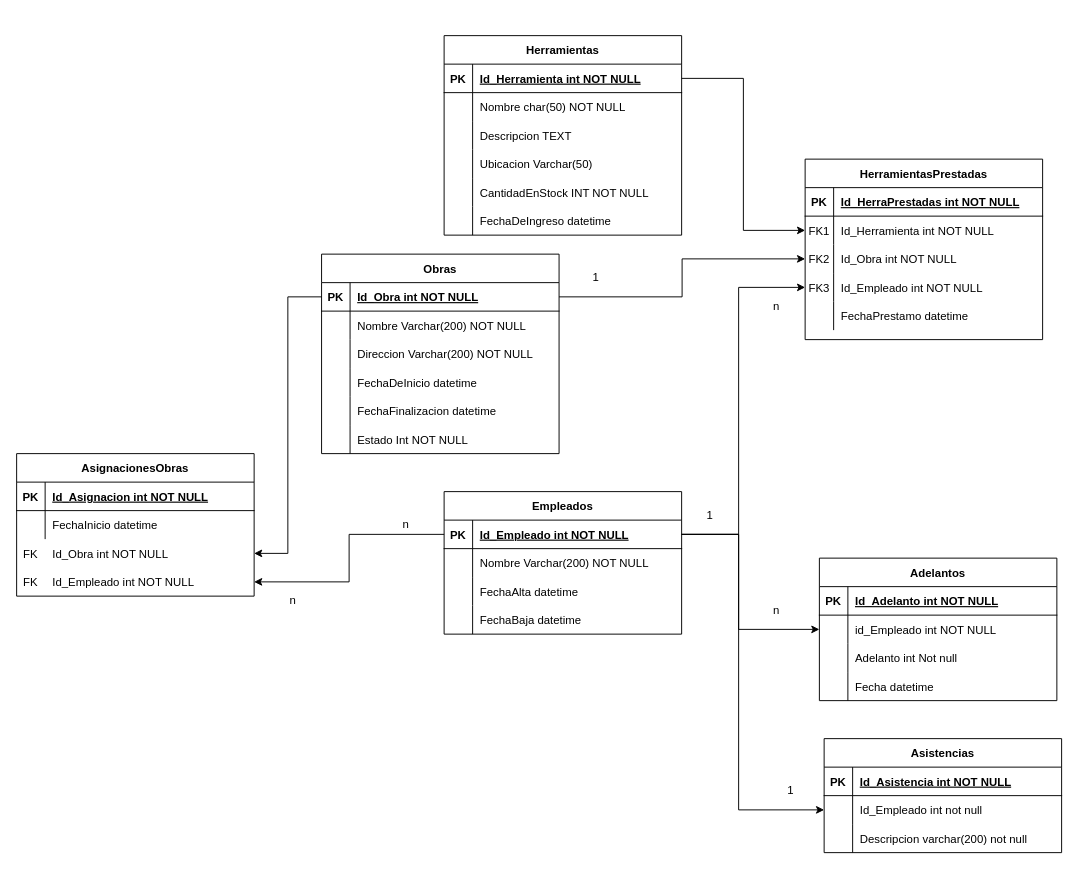
Before: Diagramas/stn.drawio in leopoldo109/stn, a draw.io diagram. Source tidied: cells renumbered, new cells numbered last; positions are measured from the earlier drawing's top-left corner, leaving out a move shared by most shapes. Both pictures are drawn from the tidied source at 95%, with x=0, y=0 at pixel (16, 35).
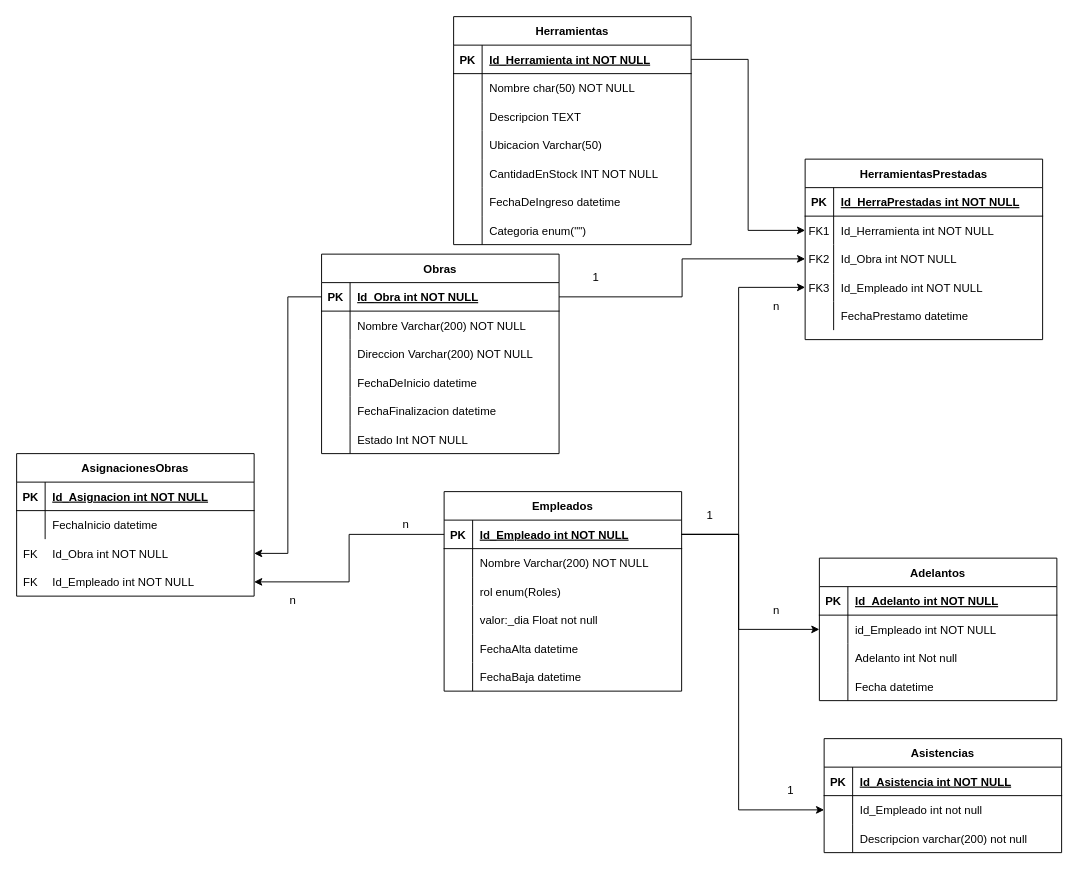
The same page after the edit.

The change refers to these unchanged cells:
```xml
<mxCell id="9" style="shape=partialRectangle;fillColor=none;top=0;left=0;right=0;bottom=0;" parent="2" vertex="1">
  <mxGeometry y="90" width="250" height="30" as="geometry" />
</mxCell>
<mxCell id="12" style="shape=partialRectangle;fillColor=none;top=0;left=0;right=0;bottom=0;" parent="2" vertex="1">
  <mxGeometry y="120" width="250" height="30" as="geometry" />
</mxCell>
```

What changed in the source:
```diff
@@
     <mxCell id="2" value="Empleados" style="shape=table;startSize=30;childLayout=tableLayout;rowLines=0;fontStyle=1;align=center;" parent="1" vertex="1">
-      <mxGeometry x="450" y="480" width="250" height="150" as="geometry" />
+      <mxGeometry x="450" y="480" width="250" height="210" as="geometry" />
     </mxCell>
@@
-    <mxCell id="11" value="FechaAlta datetime" style="shape=partialRectangle;overflow=hidden;fillColor=none;top=0;left=0;bottom=0;right=0;align=left;spacingLeft=6;" parent="9" vertex="1">
+    <mxCell id="11" value="rol enum(Roles)" style="shape=partialRectangle;overflow=hidden;fillColor=none;top=0;left=0;bottom=0;right=0;align=left;spacingLeft=6;" parent="9" vertex="1">
       <mxGeometry x="30" width="220" height="30" as="geometry" />
     </mxCell>
@@
-    <mxCell id="14" value="FechaBaja datetime" style="shape=partialRectangle;overflow=hidden;fillColor=none;top=0;left=0;bottom=0;right=0;align=left;spacingLeft=6;" parent="12" vertex="1">
+    <mxCell id="14" value="valor:_dia Float not null" style="shape=partialRectangle;overflow=hidden;fillColor=none;top=0;left=0;bottom=0;right=0;align=left;spacingLeft=6;" parent="12" vertex="1">
       <mxGeometry x="30" width="220" height="30" as="geometry" />
     </mxCell>
+    <mxCell id="121" style="shape=partialRectangle;fillColor=none;top=0;left=0;right=0;bottom=0;" parent="2" vertex="1">
+      <mxGeometry y="150" width="250" height="30" as="geometry" />
+    </mxCell>
+    <mxCell id="122" style="shape=partialRectangle;overflow=hidden;fillColor=none;top=0;left=0;bottom=0;right=0;" parent="121" vertex="1">
+      <mxGeometry width="30" height="30" as="geometry" />
+    </mxCell>
+    <mxCell id="123" value="FechaAlta datetime" style="shape=partialRectangle;overflow=hidden;fillColor=none;top=0;left=0;bottom=0;right=0;align=left;spacingLeft=6;" parent="121" vertex="1">
+      <mxGeometry x="30" width="220" height="30" as="geometry" />
+    </mxCell>
+    <mxCell id="124" style="shape=partialRectangle;fillColor=none;top=0;left=0;right=0;bottom=0;" parent="2" vertex="1">
+      <mxGeometry y="180" width="250" height="30" as="geometry" />
+    </mxCell>
+    <mxCell id="125" style="shape=partialRectangle;overflow=hidden;fillColor=none;top=0;left=0;bottom=0;right=0;" parent="124" vertex="1">
+      <mxGeometry width="30" height="30" as="geometry" />
+    </mxCell>
+    <mxCell id="126" value="FechaBaja datetime" style="shape=partialRectangle;overflow=hidden;fillColor=none;top=0;left=0;bottom=0;right=0;align=left;spacingLeft=6;" parent="124" vertex="1">
+      <mxGeometry x="30" width="220" height="30" as="geometry" />
+    </mxCell>
@@
     <mxCell id="31" value="Herramientas" style="shape=table;startSize=30;childLayout=tableLayout;rowLines=0;fontStyle=1;align=center;" parent="1" vertex="1">
-      <mxGeometry x="450" width="250" height="210" as="geometry" />
+      <mxGeometry x="460" y="-20" width="250" height="240" as="geometry" />
     </mxCell>
@@
+    <mxCell id="127" style="shape=partialRectangle;fillColor=none;top=0;left=0;right=0;bottom=0;" parent="31" vertex="1">
+      <mxGeometry y="210" width="250" height="30" as="geometry" />
+    </mxCell>
+    <mxCell id="128" style="shape=partialRectangle;overflow=hidden;fillColor=none;top=0;left=0;bottom=0;right=0;" parent="127" vertex="1">
+      <mxGeometry width="30" height="30" as="geometry" />
+    </mxCell>
+    <mxCell id="129" value="Categoria enum(&quot;&quot;)" style="shape=partialRectangle;overflow=hidden;fillColor=none;top=0;left=0;bottom=0;right=0;align=left;spacingLeft=6;" parent="127" vertex="1">
+      <mxGeometry x="30" width="220" height="30" as="geometry" />
+    </mxCell>
```
